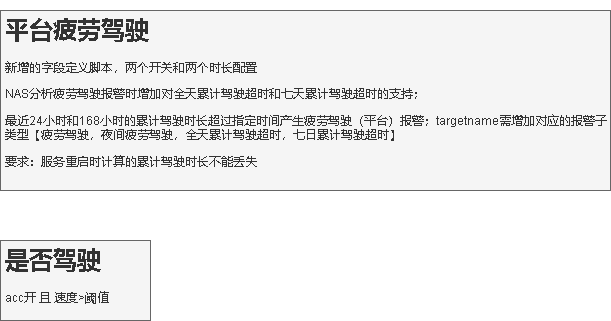
This is 平台疲劳驾驶.drawio.png from xktder/draw, a draw.io export, as it was before one commit. Source tidied: cells renumbered, new cells last; positions are measured from the earlier drawing's top-left corner, leaving out a move shared by most shapes.
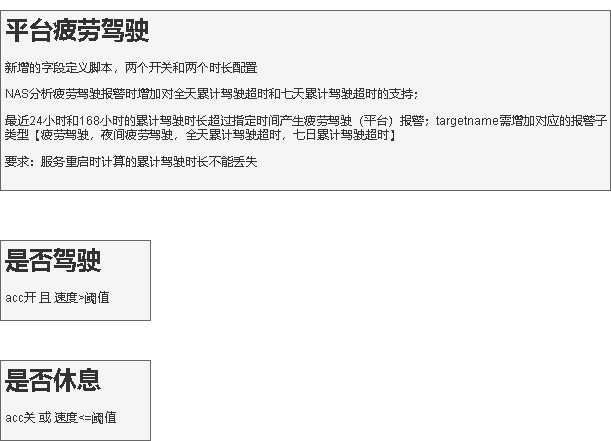
Later version of the same file.

Commit message:
更新平台疲劳驾驶.drawio.png

What changed in the source:
```diff
@@ -8,5 +8,8 @@
     <mxCell id="3" value="&lt;h1&gt;是否驾驶&lt;/h1&gt;&lt;div&gt;acc开 且 速度&amp;gt;阈值&lt;/div&gt;" style="text;html=1;spacing=5;spacingTop=-20;whiteSpace=wrap;overflow=hidden;rounded=0;fillColor=#f5f5f5;fontColor=#333333;strokeColor=#666666;" parent="1" vertex="1">
       <mxGeometry y="230" width="150" height="80" as="geometry" />
     </mxCell>
+    <mxCell id="4" value="&lt;h1&gt;是否休息&lt;/h1&gt;&lt;div&gt;acc关 或 速度&amp;lt;=阈值&lt;/div&gt;" style="text;html=1;spacing=5;spacingTop=-20;whiteSpace=wrap;overflow=hidden;rounded=0;fillColor=#f5f5f5;fontColor=#333333;strokeColor=#666666;" parent="1" vertex="1">
+      <mxGeometry y="350" width="150" height="80" as="geometry" />
+    </mxCell>
   </root>
 </mxGraphModel>
```
